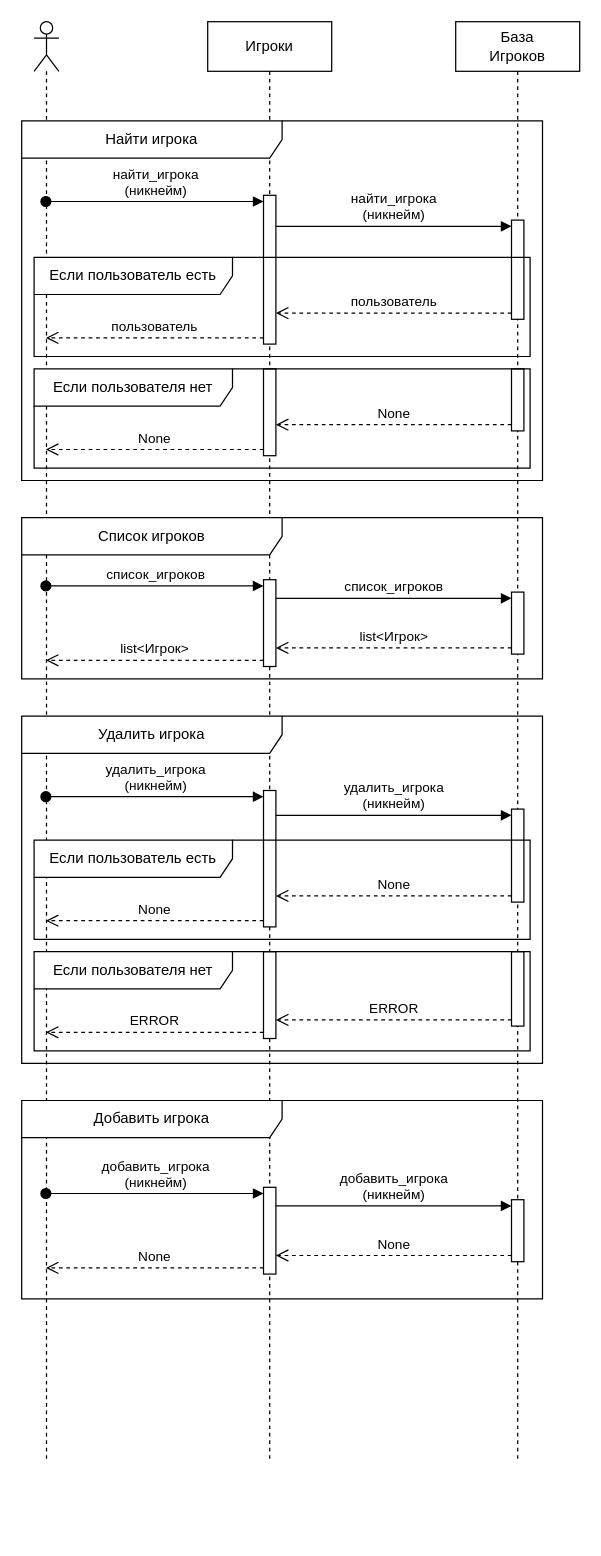
The draw.io diagram diagrams/Admin_Players.drawio in ShamsudinGH/table_games, before the edit. Source tidied: cells renumbered, new cells numbered last; positions are measured from the earlier drawing's top-left corner, leaving out a move shared by most shapes. Both pictures are drawn from the tidied source at 124%, with x=0, y=0 at pixel (21, 21).
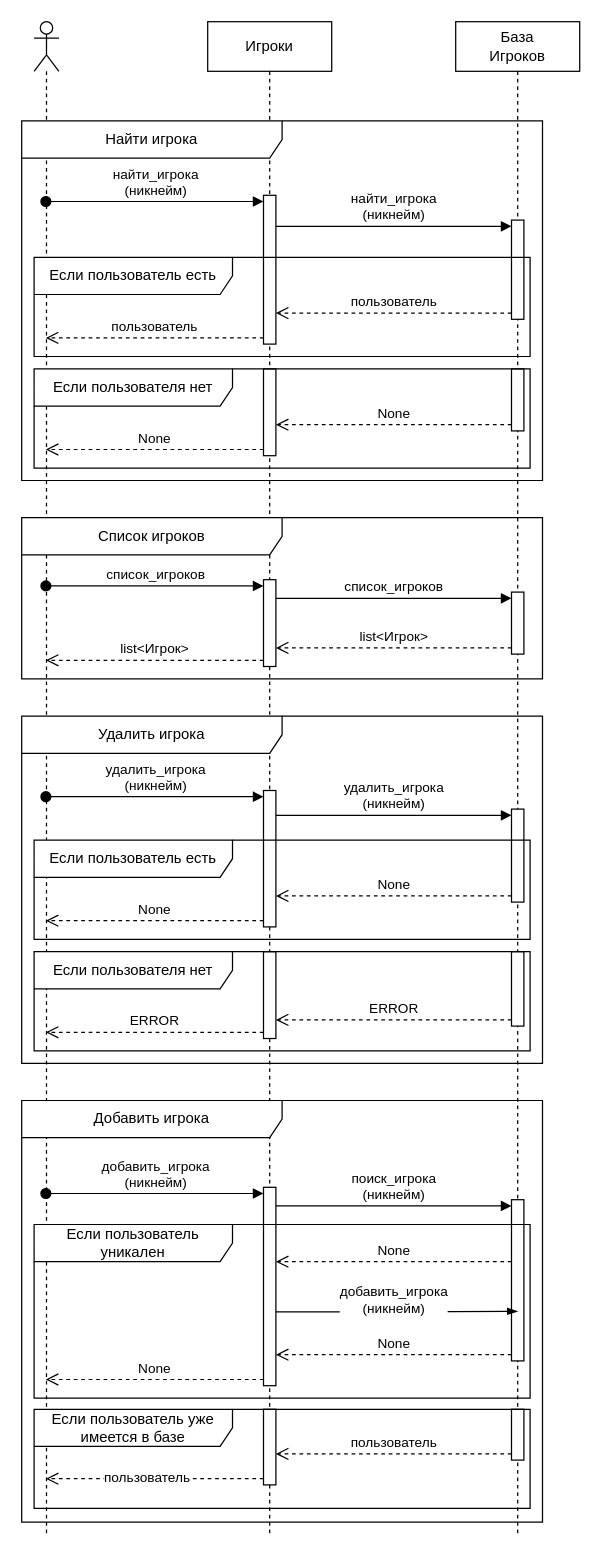
The same page after the edit.

Commit message (it also covers changes not shown here):
удалил в диаграммах у пользователей поиск, а у админа измненил добавление игрока.

The edit, as a diff of the source:
```diff
@@
     <mxCell id="2" style="shape=umlLifeline;perimeter=lifelinePerimeter;whiteSpace=wrap;html=1;outlineConnect=0;portConstraint=eastwest;newEdgeStyle={&quot;curved&quot;:0,&quot;rounded&quot;:0};participant=umlActor;" parent="1" vertex="1">
-      <mxGeometry x="10" width="20" height="1160" as="geometry" />
+      <mxGeometry x="10" width="20" height="1220" as="geometry" />
     </mxCell>
     <mxCell id="3" value="Игроки" style="shape=umlLifeline;perimeter=lifelinePerimeter;whiteSpace=wrap;html=1;newEdgeStyle={&quot;curved&quot;:0,&quot;rounded&quot;:0};" parent="1" vertex="1">
-      <mxGeometry x="150" width="100" height="1160" as="geometry" />
+      <mxGeometry x="150" width="100" height="1220" as="geometry" />
     </mxCell>
@@
     <mxCell id="9" style="html=1;points=[[0,0,0,0,5],[0,1,0,0,-5],[1,0,0,0,5],[1,1,0,0,-5]];perimeter=orthogonalPerimeter;outlineConnect=0;targetShapes=umlLifeline;portConstraint=eastwest;newEdgeStyle={&quot;curved&quot;:0,&quot;rounded&quot;:0};" parent="3" vertex="1">
-      <mxGeometry x="45" y="940" width="10" height="70" as="geometry" />
+      <mxGeometry x="45" y="940" width="10" height="160" as="geometry" />
     </mxCell>
     <mxCell id="10" value="База&lt;br&gt;Игроков" style="shape=umlLifeline;perimeter=lifelinePerimeter;whiteSpace=wrap;html=1;newEdgeStyle={&quot;curved&quot;:0,&quot;rounded&quot;:0};" parent="1" vertex="1">
-      <mxGeometry x="350" width="100" height="1160" as="geometry" />
+      <mxGeometry x="350" width="100" height="1220" as="geometry" />
     </mxCell>
@@
     <mxCell id="16" style="html=1;points=[[0,0,0,0,5],[0,1,0,0,-5],[1,0,0,0,5],[1,1,0,0,-5]];perimeter=orthogonalPerimeter;outlineConnect=0;targetShapes=umlLifeline;portConstraint=eastwest;newEdgeStyle={&quot;curved&quot;:0,&quot;rounded&quot;:0};" parent="10" vertex="1">
-      <mxGeometry x="45" y="950" width="10" height="50" as="geometry" />
+      <mxGeometry x="45" y="950" width="10" height="130" as="geometry" />
     </mxCell>
+    <mxCell id="45" style="html=1;points=[[0,0,0,0,5],[0,1,0,0,-5],[1,0,0,0,5],[1,1,0,0,-5]];perimeter=orthogonalPerimeter;outlineConnect=0;targetShapes=umlLifeline;portConstraint=eastwest;newEdgeStyle={&quot;curved&quot;:0,&quot;rounded&quot;:0};" parent="10" vertex="1">
+      <mxGeometry x="45" y="1119" width="10" height="41" as="geometry" />
+    </mxCell>
@@
-    <mxCell id="41" value="добавить_игрока&lt;br&gt;(никнейм)" style="html=1;verticalAlign=bottom;endArrow=block;curved=0;rounded=0;entryX=0;entryY=0;entryDx=0;entryDy=5;entryPerimeter=0;" parent="1" edge="1" source="9" target="16">
+    <mxCell id="41" value="поиск_игрока&lt;br&gt;(никнейм)" style="html=1;verticalAlign=bottom;endArrow=block;curved=0;rounded=0;entryX=0;entryY=0;entryDx=0;entryDy=5;entryPerimeter=0;" parent="1" edge="1" source="9" target="16">
       <mxGeometry relative="1" as="geometry" />
     </mxCell>
     <mxCell id="42" value="Добавить игрока" style="shape=umlFrame;whiteSpace=wrap;html=1;width=210;height=30;" parent="1" vertex="1">
-      <mxGeometry y="870" width="420" height="160" as="geometry" />
+      <mxGeometry y="870" width="420" height="340" as="geometry" />
     </mxCell>
-    <mxCell id="43" value="None" style="html=1;verticalAlign=bottom;endArrow=open;dashed=1;endSize=8;curved=0;rounded=0;exitX=0;exitY=1;exitDx=0;exitDy=-5;exitPerimeter=0;" parent="1" edge="1" source="16" target="9">
-      <mxGeometry relative="1" as="geometry" />
+    <mxCell id="43" value="None" style="html=1;verticalAlign=bottom;endArrow=open;dashed=1;endSize=8;curved=0;rounded=0;" parent="1" edge="1">
+      <mxGeometry relative="1" as="geometry">
+        <mxPoint x="395" y="1000" as="sourcePoint" />
+        <mxPoint x="205" y="1000" as="targetPoint" />
+      </mxGeometry>
     </mxCell>
@@
+    <mxCell id="46" value="Если пользователь уникален" style="shape=umlFrame;whiteSpace=wrap;html=1;width=160;height=30;" parent="1" vertex="1">
+      <mxGeometry x="10" y="970" width="400" height="140" as="geometry" />
+    </mxCell>
+    <mxCell id="47" style="html=1;points=[[0,0,0,0,5],[0,1,0,0,-5],[1,0,0,0,5],[1,1,0,0,-5]];perimeter=orthogonalPerimeter;outlineConnect=0;targetShapes=umlLifeline;portConstraint=eastwest;newEdgeStyle={&quot;curved&quot;:0,&quot;rounded&quot;:0};" parent="1" vertex="1">
+      <mxGeometry x="195" y="1119" width="10" height="61" as="geometry" />
+    </mxCell>
+    <mxCell id="48" style="html=1;verticalAlign=bottom;endArrow=open;dashed=1;endSize=8;curved=0;rounded=0;exitX=0;exitY=1;exitDx=0;exitDy=-5;exitPerimeter=0;" parent="1" edge="1" source="47" target="2">
+      <mxGeometry relative="1" as="geometry" />
+    </mxCell>
+    <mxCell id="49" value="пользователь" style="edgeLabel;html=1;align=center;verticalAlign=middle;" parent="48" vertex="1">
+      <mxGeometry x="0.08" y="-2" relative="1" as="geometry" />
+    </mxCell>
+    <mxCell id="50" style="edgeStyle=elbowEdgeStyle;fontSize=12;html=1;endArrow=blockThin;endFill=1;rounded=0;exitX=1;exitY=0.61;exitDx=0;exitDy=0;exitPerimeter=0;" parent="1" edge="1">
+      <mxGeometry relative="1" as="geometry">
+        <mxPoint x="205" y="1040.5" as="sourcePoint" />
+        <mxPoint x="400" y="1040" as="targetPoint" />
+      </mxGeometry>
+    </mxCell>
+    <mxCell id="51" value="добавить_игрока&lt;br&gt;(никнейм)" style="edgeLabel;html=1;align=center;verticalAlign=middle;" parent="50" vertex="1">
+      <mxGeometry x="0.16" y="2" relative="1" as="geometry">
+        <mxPoint x="-18" y="-8" as="offset" />
+      </mxGeometry>
+    </mxCell>
+    <mxCell id="52" value="None" style="html=1;verticalAlign=bottom;endArrow=open;dashed=1;endSize=8;curved=0;rounded=0;exitX=0;exitY=1;exitDx=0;exitDy=-5;exitPerimeter=0;" parent="1" edge="1" source="16" target="9">
+      <mxGeometry relative="1" as="geometry" />
+    </mxCell>
+    <mxCell id="53" value="пользователь" style="html=1;verticalAlign=bottom;endArrow=open;dashed=1;endSize=8;curved=0;rounded=0;exitX=0;exitY=1;exitDx=0;exitDy=-5;exitPerimeter=0;" parent="1" edge="1" source="45" target="47">
+      <mxGeometry relative="1" as="geometry" />
+    </mxCell>
+    <mxCell id="54" value="Если пользователь уже имеется в базе" style="shape=umlFrame;whiteSpace=wrap;html=1;width=160;height=30;" parent="1" vertex="1">
+      <mxGeometry x="10" y="1119" width="400" height="80" as="geometry" />
+    </mxCell>
```
